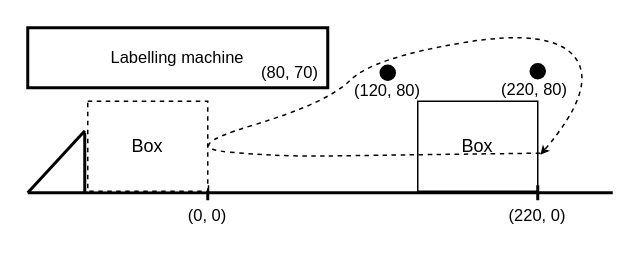
einsflash/Project_Pusher_Mechanism keeps this draw.io diagram as report/figures/optimization_problem_task.drawio. Above is the earlier version. Source tidied: cells renumbered, new cells numbered last; positions are measured from the earlier drawing's top-left corner, leaving out a move shared by most shapes. Both pictures are drawn from the tidied source at 150%, with x=0, y=0 at pixel (27, 27).
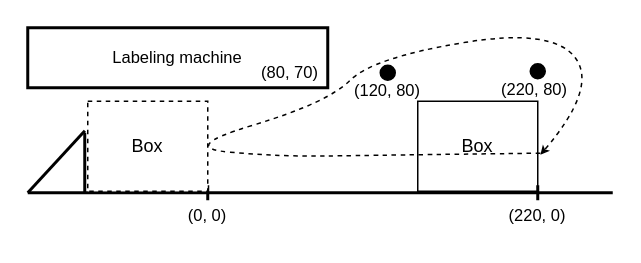
The same page after the edit.

What changed in the source:
```diff
@@
-    <mxCell id="3" value="Labelling machine" style="rounded=0;whiteSpace=wrap;html=1;strokeWidth=2;fontSize=11;" parent="1" vertex="1">
+    <mxCell id="3" value="Labeling machine" style="rounded=0;whiteSpace=wrap;html=1;strokeWidth=2;fontSize=11;" parent="1" vertex="1">
       <mxGeometry width="200" height="40" as="geometry" />
     </mxCell>
```
